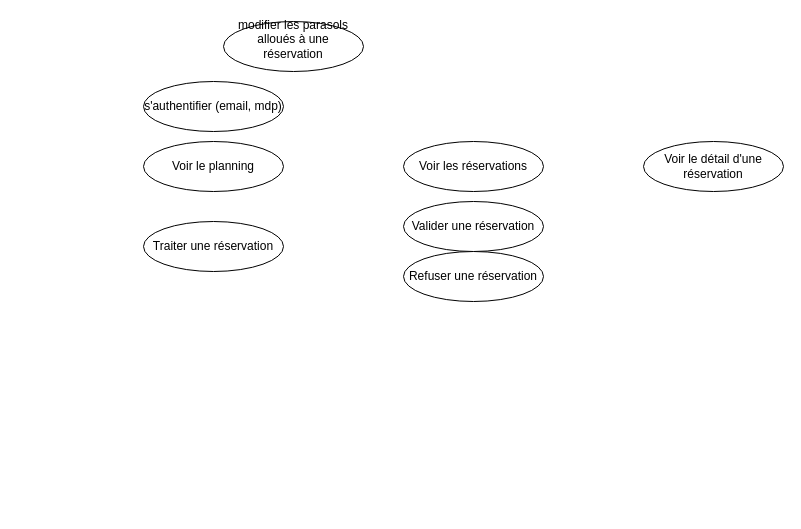
Earlier version of the draw.io diagram business_case_1.drawio (ewan-delanoy/uml_diagram). Source tidied: cells renumbered, new cells numbered last; positions are measured from the earlier drawing's top-left corner, leaving out a move shared by most shapes. Both pictures are drawn from the tidied source at 100%, with x=0, y=0 at pixel (143, 21).
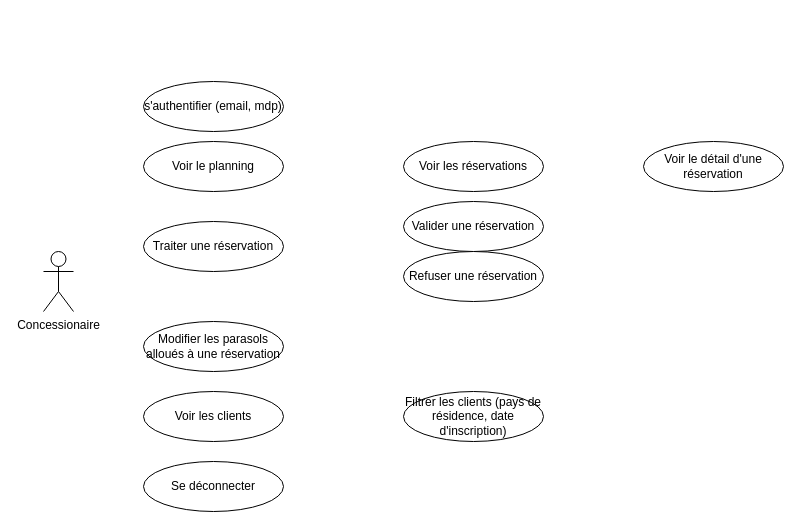
Above is the later version.

Commit message (it also covers changes not shown here):
Mettre à jour business_case_1.drawio

The edit, as a diff of the source:
```diff
@@
 <mxGraphModel>
   <root>
     <mxCell id="0" />
     <mxCell id="1" parent="0" />
-    <mxCell id="2" value="&lt;div&gt;modifier les parasols &lt;br&gt;&lt;/div&gt;&lt;div&gt;alloués à une &lt;br&gt;&lt;/div&gt;&lt;div&gt;réservation&lt;/div&gt;&lt;div&gt;&lt;br&gt;&lt;/div&gt;" style="ellipse;whiteSpace=wrap;html=1;" parent="1" vertex="1">
-      <mxGeometry x="80" width="140" height="50" as="geometry" />
-    </mxCell>
     <mxCell id="3" value="s'authentifier (email, mdp)" style="ellipse;whiteSpace=wrap;html=1;" parent="1" vertex="1">
       <mxGeometry y="60" width="140" height="50" as="geometry" />
     </mxCell>
     <mxCell id="4" value="Voir le planning" style="ellipse;whiteSpace=wrap;html=1;" parent="1" vertex="1">
       <mxGeometry y="120" width="140" height="50" as="geometry" />
     </mxCell>
     <mxCell id="5" value="Voir les réservations" style="ellipse;whiteSpace=wrap;html=1;" parent="1" vertex="1">
       <mxGeometry x="260" y="120" width="140" height="50" as="geometry" />
     </mxCell>
     <mxCell id="6" value="Voir le détail d'une réservation" style="ellipse;whiteSpace=wrap;html=1;" parent="1" vertex="1">
       <mxGeometry x="500" y="120" width="140" height="50" as="geometry" />
     </mxCell>
     <mxCell id="7" value="Valider une réservation" style="ellipse;whiteSpace=wrap;html=1;" parent="1" vertex="1">
       <mxGeometry x="260" y="180" width="140" height="50" as="geometry" />
     </mxCell>
     <mxCell id="8" value="Refuser une réservation" style="ellipse;whiteSpace=wrap;html=1;" parent="1" vertex="1">
       <mxGeometry x="260" y="230" width="140" height="50" as="geometry" />
     </mxCell>
     <mxCell id="9" value="Traiter une réservation" style="ellipse;whiteSpace=wrap;html=1;" parent="1" vertex="1">
       <mxGeometry y="200" width="140" height="50" as="geometry" />
     </mxCell>
+    <mxCell id="10" value="Modifier les parasols alloués à une réservation" style="ellipse;whiteSpace=wrap;html=1;" parent="1" vertex="1">
+      <mxGeometry y="300" width="140" height="50" as="geometry" />
+    </mxCell>
+    <mxCell id="11" value="Voir les clients" style="ellipse;whiteSpace=wrap;html=1;" parent="1" vertex="1">
+      <mxGeometry y="370" width="140" height="50" as="geometry" />
+    </mxCell>
+    <mxCell id="12" value="Filtrer les clients (pays de résidence, date d'inscription)" style="ellipse;whiteSpace=wrap;html=1;" parent="1" vertex="1">
+      <mxGeometry x="260" y="370" width="140" height="50" as="geometry" />
+    </mxCell>
+    <mxCell id="13" value="Se déconnecter" style="ellipse;whiteSpace=wrap;html=1;" parent="1" vertex="1">
+      <mxGeometry y="440" width="140" height="50" as="geometry" />
+    </mxCell>
+    <mxCell id="14" value="&lt;div&gt;Concessionaire&lt;/div&gt;&lt;div&gt;&lt;br&gt;&lt;/div&gt;" style="shape=umlActor;verticalLabelPosition=bottom;verticalAlign=top;html=1;" parent="1" vertex="1">
+      <mxGeometry x="-100" y="230" width="30" height="60" as="geometry" />
+    </mxCell>
   </root>
 </mxGraphModel>
```
